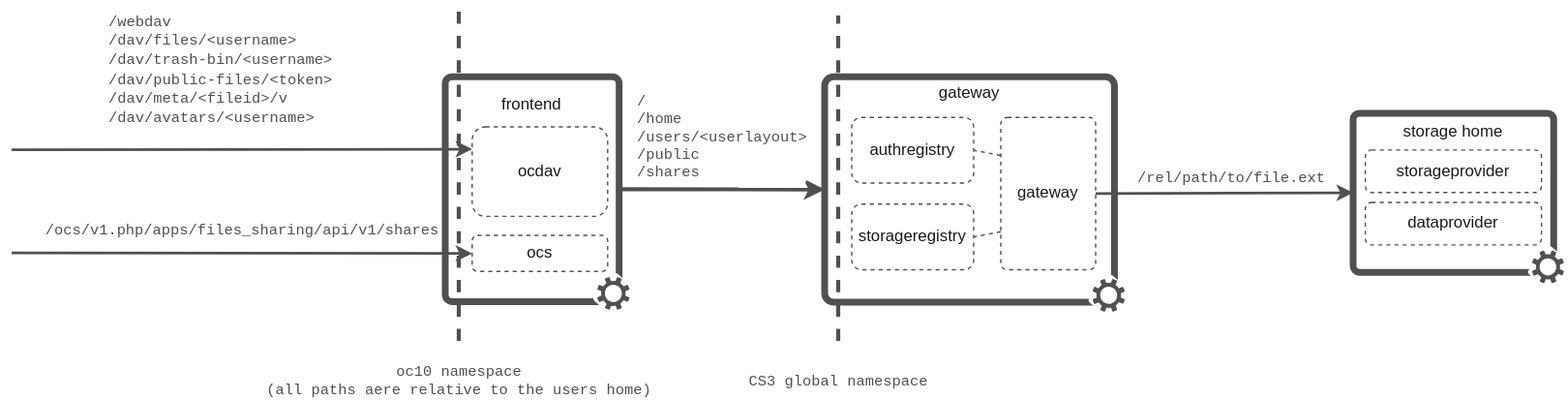
Before: docs/extensions/storage/static/namespaces.drawio.svg, a diagram exported from draw.io (owncloud/ocis). Source tidied: cells renumbered, new cells last; positions are measured from the earlier drawing's top-left corner, leaving out a move shared by most shapes. Its diagram source:
```xml
<mxGraphModel>
  <root>
    <mxCell id="0" />
    <mxCell id="1" parent="0" />
    <mxCell id="2" value="/rel/path/to/file.ext" style="endArrow=classic;html=1;strokeColor=#505050;strokeWidth=2;exitX=1;exitY=0.5;exitDx=0;exitDy=0;targetPerimeterSpacing=-1;entryX=0;entryY=0.5;entryDx=0;entryDy=0;align=center;fontFamily=Courier New;endFill=1;fontColor=#505050;" parent="1" edge="1" source="25" target="5">
      <mxGeometry as="geometry">
        <mxPoint x="5" y="-11" as="offset" />
      </mxGeometry>
    </mxCell>
    <mxCell id="3" value="&lt;div&gt;/&lt;br&gt;&lt;/div&gt;&lt;div&gt;/home&lt;/div&gt;&lt;div&gt;/users/&amp;lt;userlayout&amp;gt;&lt;/div&gt;&lt;div&gt;/public&lt;/div&gt;&lt;div&gt;/shares&lt;/div&gt;" style="endArrow=classic;html=1;strokeColor=#505050;strokeWidth=3;targetPerimeterSpacing=-1;entryX=0;entryY=0.5;entryDx=0;entryDy=0;exitX=1;exitY=0.5;exitDx=0;exitDy=0;align=left;fontFamily=Courier New;endFill=1;fontColor=#505050;" parent="1" edge="1" source="12" target="21">
      <mxGeometry as="geometry">
        <mxPoint x="-64" y="-38" as="offset" />
      </mxGeometry>
    </mxCell>
    <mxCell id="4" style="group;" parent="1" vertex="1">
      <mxGeometry x="990" y="62" width="155.6" height="145.9" as="geometry" />
    </mxCell>
    <mxCell id="5" value="storage home" style="rounded=1;whiteSpace=wrap;html=1;strokeColor=#505050;strokeWidth=5;fillColor=none;arcSize=4;labelPosition=center;verticalLabelPosition=middle;align=center;verticalAlign=top;fontColor=#1A1A1A;" parent="4" vertex="1">
      <mxGeometry y="20" width="148" height="117.3" as="geometry" />
    </mxCell>
    <mxCell id="6" style="group;" parent="4" vertex="1">
      <mxGeometry x="128.4" y="117.1" width="27.2" height="28.8" as="geometry" />
    </mxCell>
    <mxCell id="7" style="rounded=1;whiteSpace=wrap;html=1;strokeWidth=1;strokeColor=none;rotation=40;" parent="6" vertex="1">
      <mxGeometry x="6.2" y="2.5" width="16.9" height="26.3" as="geometry" />
    </mxCell>
    <mxCell id="8" style="shadow=0;dashed=0;html=1;labelPosition=center;verticalLabelPosition=bottom;verticalAlign=top;align=center;shape=mxgraph.office.concepts.settings;strokeWidth=1;strokeColor=none;fillColor=#505050;" parent="6" vertex="1">
      <mxGeometry x="3.6" y="4.1" width="23.6" height="24.2" as="geometry" />
    </mxCell>
    <mxCell id="9" value="storageprovider" style="rounded=1;whiteSpace=wrap;html=1;fillColor=none;strokeColor=#505050;dashed=1;fontColor=#1A1A1A;align=center;" parent="4" vertex="1">
      <mxGeometry x="9" y="47.1" width="130" height="31.4" as="geometry" />
    </mxCell>
    <mxCell id="10" value="dataprovider" style="rounded=1;whiteSpace=wrap;html=1;fillColor=none;strokeColor=#505050;dashed=1;fontColor=#1A1A1A;align=center;" parent="4" vertex="1">
      <mxGeometry x="9" y="85.8" width="130" height="31.4" as="geometry" />
    </mxCell>
    <mxCell id="11" style="group;" parent="1" vertex="1">
      <mxGeometry x="330" y="42.1" width="126" height="185.4" as="geometry" />
    </mxCell>
    <mxCell id="12" value="frontend" style="rounded=1;whiteSpace=wrap;html=1;strokeColor=#505050;strokeWidth=5;fillColor=none;arcSize=4;spacing=9;fontColor=#1A1A1A;verticalAlign=top;" parent="11" vertex="1">
      <mxGeometry x="-10" y="13" width="128.3" height="165.9" as="geometry" />
    </mxCell>
    <mxCell id="13" style="group;" parent="11" vertex="1">
      <mxGeometry x="98.5" y="156.6" width="27.5" height="28.8" as="geometry" />
    </mxCell>
    <mxCell id="14" style="rounded=1;whiteSpace=wrap;html=1;strokeWidth=1;strokeColor=none;rotation=40;" parent="13" vertex="1">
      <mxGeometry x="6.3" y="2.5" width="17.1" height="26.3" as="geometry" />
    </mxCell>
    <mxCell id="15" style="shadow=0;dashed=0;html=1;labelPosition=center;verticalLabelPosition=bottom;verticalAlign=top;align=center;shape=mxgraph.office.concepts.settings;strokeWidth=1;strokeColor=none;fillColor=#505050;" parent="13" vertex="1">
      <mxGeometry x="3.7" y="4.1" width="23.8" height="24.2" as="geometry" />
    </mxCell>
    <mxCell id="16" value="ocdav" style="rounded=1;whiteSpace=wrap;html=1;fillColor=none;strokeColor=#505050;dashed=1;fontColor=#1A1A1A;align=center;" parent="11" vertex="1">
      <mxGeometry x="9.9" y="50" width="100" height="66" as="geometry" />
    </mxCell>
    <mxCell id="17" value="ocs" style="rounded=1;whiteSpace=wrap;html=1;fillColor=none;strokeColor=#505050;dashed=1;fontColor=#1A1A1A;align=center;" parent="11" vertex="1">
      <mxGeometry x="9.9" y="130" width="100" height="26.6" as="geometry" />
    </mxCell>
    <mxCell id="18" value="&lt;font face=&quot;Courier New&quot;&gt;/webdav&lt;br&gt;/dav/files/&amp;lt;username&amp;gt;&lt;br&gt;&lt;/font&gt;&lt;div&gt;&lt;font face=&quot;Courier New&quot;&gt;/dav/trash-bin/&amp;lt;username&amp;gt;&lt;/font&gt;&lt;/div&gt;&lt;div&gt;&lt;span style=&quot;font-family: &amp;quot;courier new&amp;quot;&quot;&gt;/dav/public-files/&amp;lt;token&amp;gt;&lt;/span&gt;&lt;/div&gt;&lt;div&gt;&lt;font face=&quot;Courier New&quot;&gt;/dav/meta/&amp;lt;fileid&amp;gt;/v&lt;/font&gt;&lt;/div&gt;&lt;div&gt;&lt;font face=&quot;Courier New&quot;&gt;/dav/avatars/&amp;lt;username&amp;gt;&lt;/font&gt;&lt;/div&gt;" style="endArrow=classic;html=1;strokeWidth=2;strokeColor=#505050;entryX=0;entryY=0.25;entryDx=0;entryDy=0;align=left;fontColor=#505050;" parent="1" edge="1" target="16">
      <mxGeometry x="-0.59" y="59" relative="1" as="geometry">
        <mxPoint y="109" as="sourcePoint" />
      </mxGeometry>
    </mxCell>
    <mxCell id="19" value="&lt;font face=&quot;Courier New&quot;&gt;/ocs/v1.php/apps/files_sharing/api/v1/shares&lt;/font&gt;" style="endArrow=classic;html=1;strokeWidth=2;strokeColor=#505050;entryX=0;entryY=0.5;entryDx=0;entryDy=0;fontColor=#505050;" parent="1" edge="1" target="17">
      <mxGeometry y="16" relative="1" as="geometry">
        <mxPoint y="185" as="sourcePoint" />
      </mxGeometry>
    </mxCell>
    <mxCell id="20" style="group;" parent="1" vertex="1">
      <mxGeometry x="610" y="55.1" width="211.5" height="173.8" as="geometry" />
    </mxCell>
    <mxCell id="21" value="gateway" style="rounded=1;whiteSpace=wrap;html=1;strokeColor=#505050;strokeWidth=5;fillColor=none;arcSize=4;spacing=0;fontColor=#1A1A1A;labelPosition=center;verticalLabelPosition=middle;align=center;verticalAlign=top;" parent="20" vertex="1">
      <mxGeometry x="-10" width="213.9" height="166.3" as="geometry" />
    </mxCell>
    <mxCell id="22" style="group;" parent="20" vertex="1">
      <mxGeometry x="184" y="145.1" width="27.5" height="28.8" as="geometry" />
    </mxCell>
    <mxCell id="23" style="rounded=1;whiteSpace=wrap;html=1;strokeWidth=1;strokeColor=none;rotation=40;" parent="22" vertex="1">
      <mxGeometry x="6.3" y="2.5" width="17.1" height="26.3" as="geometry" />
    </mxCell>
    <mxCell id="24" style="shadow=0;dashed=0;html=1;labelPosition=center;verticalLabelPosition=bottom;verticalAlign=top;align=center;shape=mxgraph.office.concepts.settings;strokeWidth=1;strokeColor=none;fillColor=#505050;" parent="22" vertex="1">
      <mxGeometry x="3.7" y="4.1" width="23.8" height="24.2" as="geometry" />
    </mxCell>
    <mxCell id="25" value="gateway" style="rounded=1;whiteSpace=wrap;html=1;fillColor=none;strokeColor=#505050;dashed=1;fontColor=#1A1A1A;align=center;arcSize=7;" parent="20" vertex="1">
      <mxGeometry x="120" y="30" width="70" height="112.4" as="geometry" />
    </mxCell>
    <mxCell id="26" value="authregistry" style="rounded=1;whiteSpace=wrap;html=1;fillColor=none;strokeColor=#505050;dashed=1;fontColor=#1A1A1A;align=center;" parent="20" vertex="1">
      <mxGeometry x="10" y="30" width="90" height="48.5" as="geometry" />
    </mxCell>
    <mxCell id="27" value="storageregistry" style="rounded=1;whiteSpace=wrap;html=1;fillColor=none;strokeColor=#505050;dashed=1;fontColor=#1A1A1A;align=center;" parent="20" vertex="1">
      <mxGeometry x="10" y="93.9" width="90" height="48.5" as="geometry" />
    </mxCell>
    <mxCell id="28" style="endArrow=none;html=1;strokeColor=#505050;strokeWidth=1;targetPerimeterSpacing=-1;entryX=1;entryY=0.5;entryDx=0;entryDy=0;exitX=0;exitY=0.25;exitDx=0;exitDy=0;dashed=1;" parent="20" edge="1" source="25" target="26">
      <mxGeometry x="-25.8" y="-113.5" as="geometry" />
    </mxCell>
    <mxCell id="29" style="endArrow=none;html=1;strokeColor=#505050;strokeWidth=1;targetPerimeterSpacing=-1;entryX=1;entryY=0.5;entryDx=0;entryDy=0;exitX=0;exitY=0.75;exitDx=0;exitDy=0;dashed=1;" parent="20" edge="1" source="25" target="27">
      <mxGeometry x="-485.8" y="-775.1" as="geometry" />
    </mxCell>
    <mxCell id="30" value="oc10 namespace&lt;br&gt;(all paths aere relative to the users home)" style="endArrow=none;dashed=1;html=1;strokeColor=#505050;strokeWidth=3;fontFamily=Courier New;fontColor=#505050;align=center;" parent="1" edge="1">
      <mxGeometry x="-1" y="-30" relative="1" as="geometry">
        <mxPoint x="330" y="250" as="sourcePoint" />
        <mxPoint x="330" as="targetPoint" />
        <mxPoint x="-30" y="30" as="offset" />
      </mxGeometry>
    </mxCell>
    <mxCell id="31" value="CS3 global namespace" style="endArrow=none;dashed=1;html=1;strokeColor=#505050;strokeWidth=3;fontFamily=Courier New;fontColor=#505050;align=center;" parent="1" edge="1">
      <mxGeometry x="-1" y="-30" relative="1" as="geometry">
        <mxPoint x="610" y="250" as="sourcePoint" />
        <mxPoint x="610" y="10" as="targetPoint" />
        <mxPoint x="-30" y="30" as="offset" />
      </mxGeometry>
    </mxCell>
  </root>
</mxGraphModel>
```
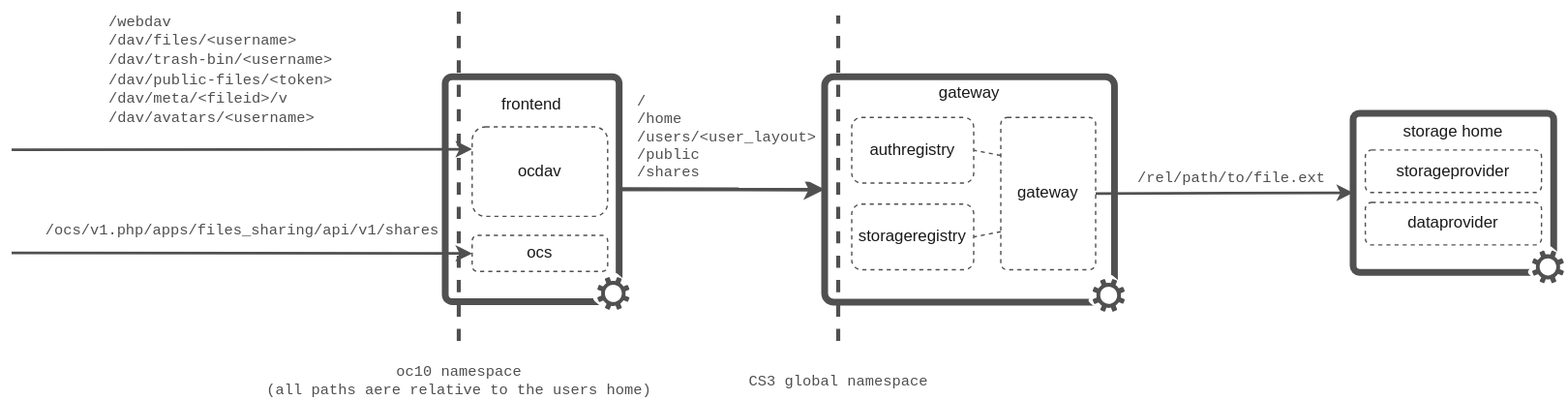
The same file after the commit.

The edit, as a diff of the source:
```diff
@@ -7,7 +7,7 @@
         <mxPoint x="5" y="-11" as="offset" />
       </mxGeometry>
     </mxCell>
-    <mxCell id="3" value="&lt;div&gt;/&lt;br&gt;&lt;/div&gt;&lt;div&gt;/home&lt;/div&gt;&lt;div&gt;/users/&amp;lt;userlayout&amp;gt;&lt;/div&gt;&lt;div&gt;/public&lt;/div&gt;&lt;div&gt;/shares&lt;/div&gt;" style="endArrow=classic;html=1;strokeColor=#505050;strokeWidth=3;targetPerimeterSpacing=-1;entryX=0;entryY=0.5;entryDx=0;entryDy=0;exitX=1;exitY=0.5;exitDx=0;exitDy=0;align=left;fontFamily=Courier New;endFill=1;fontColor=#505050;" parent="1" edge="1" source="12" target="21">
+    <mxCell id="3" value="&lt;div&gt;/&lt;br&gt;&lt;/div&gt;&lt;div&gt;/home&lt;/div&gt;&lt;div&gt;/users/&amp;lt;user_layout&amp;gt;&lt;/div&gt;&lt;div&gt;/public&lt;/div&gt;&lt;div&gt;/shares&lt;/div&gt;" style="endArrow=classic;html=1;strokeColor=#505050;strokeWidth=3;targetPerimeterSpacing=-1;entryX=0;entryY=0.5;entryDx=0;entryDy=0;exitX=1;exitY=0.5;exitDx=0;exitDy=0;align=left;fontFamily=Courier New;endFill=1;fontColor=#505050;" parent="1" edge="1" source="12" target="21">
       <mxGeometry as="geometry">
         <mxPoint x="-64" y="-38" as="offset" />
       </mxGeometry>
```
